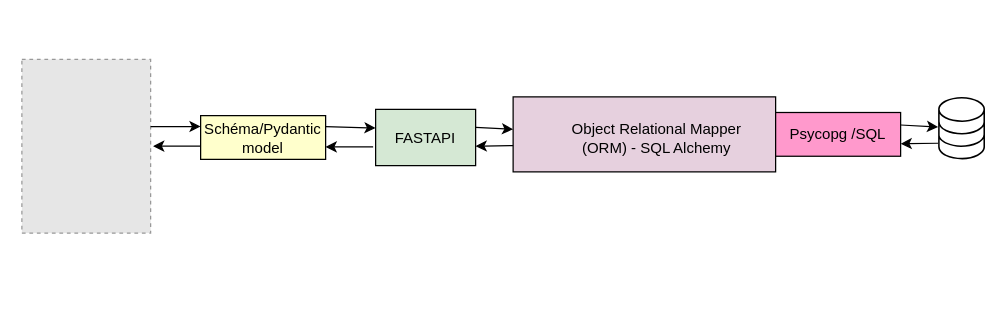
This is kindle-note-caster/kindle-note-caster-api/documentation-resources/Diagram.drawio from louisDBZ/2014_P1, a draw.io file, before an edit. Source tidied: cells renumbered, new cells numbered last; positions are measured from the earlier drawing's top-left corner, leaving out a move shared by most shapes. Both pictures are drawn from the tidied source at 125%, with x=0, y=0 at pixel (21, 59). Pictures stored in the file or linked from it are replaced by grey dashed boxes.
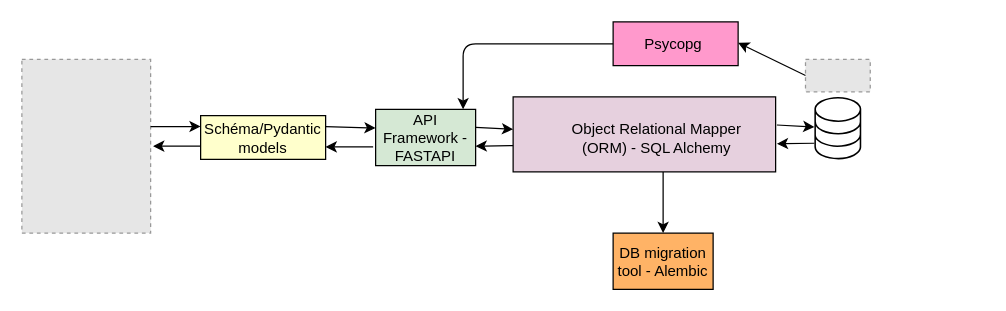
The same diagram, later.

What changed in the source:
```diff
@@
     <mxCell id="4" style="shadow=0;dashed=0;html=1;strokeColor=none;fillColor=#000000;labelPosition=center;verticalLabelPosition=bottom;verticalAlign=top;align=center;shape=mxgraph.vvd.storage;" parent="1" vertex="1">
-      <mxGeometry x="733" y="30" width="37.5" height="50" as="geometry" />
+      <mxGeometry x="634" y="30" width="37.5" height="50" as="geometry" />
     </mxCell>
-    <mxCell id="5" value="Psycopg /SQL" style="rounded=0;whiteSpace=wrap;html=1;strokeColor=#000000;fillColor=#FF99CC;" parent="1" vertex="1">
-      <mxGeometry x="603" y="42.5" width="100" height="35" as="geometry" />
+    <mxCell id="5" value="Psycopg&amp;nbsp;" style="rounded=0;whiteSpace=wrap;html=1;strokeColor=#000000;fillColor=#FF99CC;" parent="1" vertex="1">
+      <mxGeometry x="473" y="-30" width="100" height="35" as="geometry" />
     </mxCell>
-    <mxCell id="6" value="FASTAPI" style="rounded=0;whiteSpace=wrap;html=1;strokeColor=#000000;fillColor=#D5E8D4;" parent="1" vertex="1">
+    <mxCell id="6" value="API Framework - FASTAPI" style="rounded=0;whiteSpace=wrap;html=1;strokeColor=#000000;fillColor=#D5E8D4;" parent="1" vertex="1">
       <mxGeometry x="283" y="40" width="80" height="45" as="geometry" />
     </mxCell>
@@
-    <mxCell id="8" value="Schéma/Pydantic model" style="rounded=0;whiteSpace=wrap;html=1;strokeColor=#000000;fillColor=#FFFFCC;" parent="1" vertex="1">
+    <mxCell id="8" value="Schéma/Pydantic models" style="rounded=0;whiteSpace=wrap;html=1;strokeColor=#000000;fillColor=#FFFFCC;" parent="1" vertex="1">
       <mxGeometry x="143" y="45" width="100" height="35" as="geometry" />
     </mxCell>
@@
     <mxCell id="15" style="endArrow=classic;html=1;exitX=1;exitY=0.25;exitDx=0;exitDy=0;" parent="1" edge="1">
       <mxGeometry relative="1" as="geometry">
-        <mxPoint x="703" y="52.5" as="sourcePoint" />
-        <mxPoint x="733" y="54.1" as="targetPoint" />
+        <mxPoint x="604" y="52.5" as="sourcePoint" />
+        <mxPoint x="634" y="54.1" as="targetPoint" />
       </mxGeometry>
     </mxCell>
     <mxCell id="16" style="endArrow=classic;html=1;" parent="1" edge="1">
       <mxGeometry relative="1" as="geometry">
-        <mxPoint x="733" y="67.1" as="sourcePoint" />
-        <mxPoint x="703" y="67.5" as="targetPoint" />
+        <mxPoint x="634" y="67.1" as="sourcePoint" />
+        <mxPoint x="604" y="67.5" as="targetPoint" />
       </mxGeometry>
     </mxCell>
+    <mxCell id="17" style="fillColor=#E6E6E6;strokeColor=#999999;dashed=1;verticalLabelPosition=bottom;labelBackgroundColor=#ffffff;verticalAlign=top;" parent="1" vertex="1">
+      <mxGeometry x="626.9" width="51.8" height="25.9" as="geometry" />
+    </mxCell>
+    <mxCell id="18" value="DB migration tool - Alembic" style="rounded=0;whiteSpace=wrap;html=1;strokeColor=#000000;fillColor=#FFB366;" parent="1" vertex="1">
+      <mxGeometry x="473" y="139" width="80" height="45" as="geometry" />
+    </mxCell>
+    <mxCell id="19" style="endArrow=classic;html=1;exitX=1;exitY=0.25;exitDx=0;exitDy=0;entryX=0.5;entryY=0;entryDx=0;entryDy=0;" parent="1" edge="1" target="18">
+      <mxGeometry relative="1" as="geometry">
+        <mxPoint x="513" y="90" as="sourcePoint" />
+      </mxGeometry>
+    </mxCell>
+    <mxCell id="20" style="endArrow=classic;html=1;exitX=0;exitY=0.5;exitDx=0;exitDy=0;entryX=0;entryY=0.5;entryDx=0;entryDy=0;" parent="1" edge="1" source="17">
+      <mxGeometry relative="1" as="geometry">
+        <mxPoint x="573" y="-13.3" as="targetPoint" />
+      </mxGeometry>
+    </mxCell>
+    <mxCell id="21" style="edgeStyle=segmentEdgeStyle;endArrow=classic;html=1;entryX=0.875;entryY=0;entryDx=0;entryDy=0;entryPerimeter=0;exitX=0;exitY=0.5;exitDx=0;exitDy=0;" parent="1" edge="1" source="5" target="6">
+      <mxGeometry relative="1" as="geometry" />
+    </mxCell>
```
